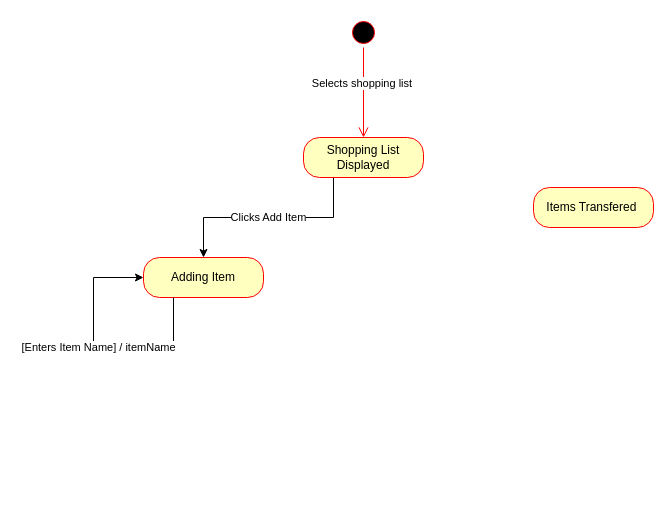
This is Untitled Diagram.drawio from aks805/334Diagrams, a draw.io file, before an edit. Source tidied: cells renumbered, new cells numbered last; positions are measured from the earlier drawing's top-left corner, leaving out a move shared by most shapes. Both pictures are drawn from the tidied source at 100%, with x=0, y=0 at pixel (93, 17).
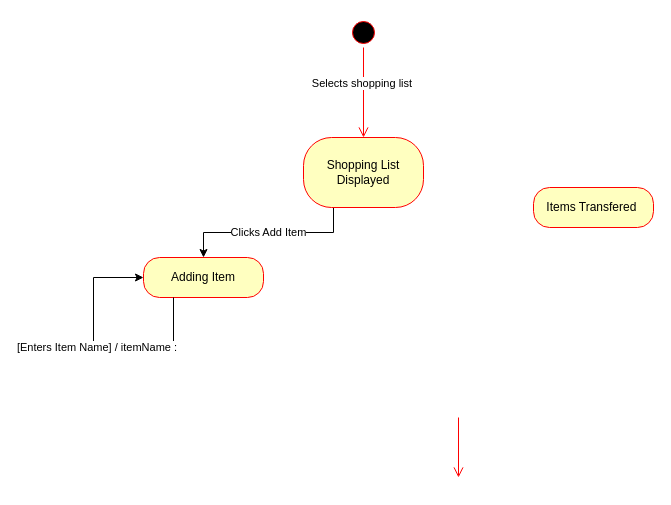
The same page after the edit.

The edit, as a diff of the source:
```diff
@@
 <mxGraphModel>
   <root>
     <mxCell id="0" />
     <mxCell id="1" parent="0" />
     <mxCell id="2" style="ellipse;html=1;shape=startState;fillColor=#000000;strokeColor=#ff0000;" parent="1" vertex="1">
       <mxGeometry x="255" width="30" height="30" as="geometry" />
     </mxCell>
     <mxCell id="3" value="Selects shopping list&amp;nbsp;" style="edgeStyle=orthogonalEdgeStyle;html=1;verticalAlign=bottom;endArrow=open;endSize=8;strokeColor=#ff0000;rounded=0;entryX=0.5;entryY=0;entryDx=0;entryDy=0;" parent="1" edge="1" source="2" target="5">
       <mxGeometry relative="1" as="geometry" />
     </mxCell>
     <mxCell id="4" value="Clicks Add Item" style="edgeStyle=orthogonalEdgeStyle;rounded=0;jettySize=auto;html=1;exitX=0.25;exitY=1;exitDx=0;exitDy=0;" parent="1" edge="1" source="5" target="6">
       <mxGeometry relative="1" as="geometry" />
     </mxCell>
-    <mxCell id="5" value="Shopping List Displayed" style="rounded=1;whiteSpace=wrap;html=1;arcSize=40;fontColor=#000000;fillColor=#ffffc0;strokeColor=#ff0000;" parent="1" vertex="1">
-      <mxGeometry x="210" y="120" width="120" height="40" as="geometry" />
+    <mxCell id="5" value="Shopping List Displayed" style="rounded=1;whiteSpace=wrap;html=1;arcSize=40;fontColor=#000000;fillColor=#ffffc0;strokeColor=#ff0000;fixDash=0;" parent="1" vertex="1">
+      <mxGeometry x="210" y="120" width="120" height="70" as="geometry" />
     </mxCell>
     <mxCell id="6" value="Adding Item" style="rounded=1;whiteSpace=wrap;html=1;arcSize=40;fontColor=#000000;fillColor=#ffffc0;strokeColor=#ff0000;" parent="1" vertex="1">
       <mxGeometry x="50" y="240" width="120" height="40" as="geometry" />
     </mxCell>
     <mxCell id="7" value="Items Transfered&amp;nbsp;" style="rounded=1;whiteSpace=wrap;html=1;arcSize=40;fontColor=#000000;fillColor=#ffffc0;strokeColor=#ff0000;" parent="1" vertex="1">
       <mxGeometry x="440" y="170" width="120" height="40" as="geometry" />
     </mxCell>
-    <mxCell id="8" value="[Enters Item Name] / itemName" style="edgeStyle=orthogonalEdgeStyle;rounded=0;orthogonalLoop=1;jettySize=auto;html=1;exitX=0.25;exitY=1;exitDx=0;exitDy=0;entryX=0;entryY=0.5;entryDx=0;entryDy=0;" parent="1" edge="1" source="6" target="6">
+    <mxCell id="8" value="[Enters Item Name] / itemName :&amp;nbsp;" style="edgeStyle=orthogonalEdgeStyle;rounded=0;orthogonalLoop=1;jettySize=auto;html=1;exitX=0.25;exitY=1;exitDx=0;exitDy=0;entryX=0;entryY=0.5;entryDx=0;entryDy=0;" parent="1" edge="1" source="6" target="6">
       <mxGeometry relative="1" as="geometry">
         <Array as="points">
           <mxPoint x="80" y="330" />
           <mxPoint y="330" />
           <mxPoint y="260" />
         </Array>
       </mxGeometry>
     </mxCell>
+    <mxCell id="9" style="edgeStyle=orthogonalEdgeStyle;html=1;verticalAlign=bottom;endArrow=open;endSize=8;strokeColor=#ff0000;rounded=0;" parent="1" edge="1">
+      <mxGeometry relative="1" as="geometry">
+        <mxPoint x="365" y="400" as="sourcePoint" />
+        <mxPoint x="365" y="460" as="targetPoint" />
+      </mxGeometry>
+    </mxCell>
   </root>
 </mxGraphModel>
```
